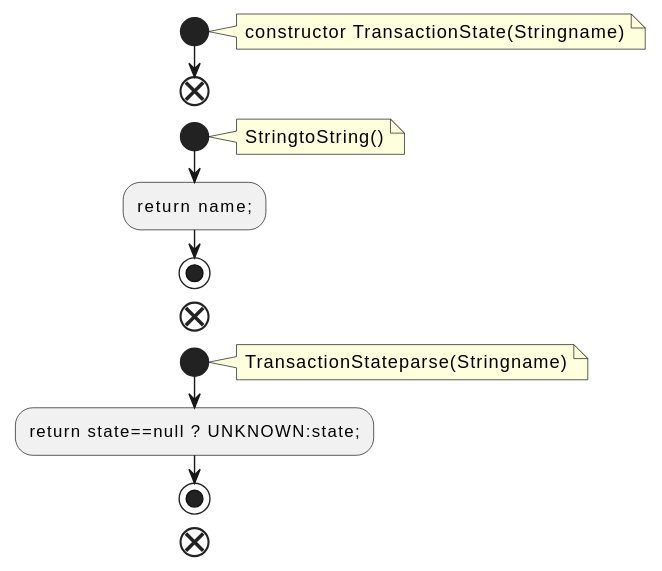
qualitesys/kafka keeps this PlantUML diagram as docs/qc/clients/src/main/java/org/apache/kafka/clients/admin/TransactionState.java.fct.svg. Above is the earlier version. Its diagram source:
```plantuml
@startuml
!pragma layout smetana
start
note right
constructor TransactionState(Stringname)
end note
end
start
note right
StringtoString()
end note
:return name;;
stop
end
start
note right
TransactionStateparse(Stringname)
end note
:return state==null ? UNKNOWN:state;;
stop
end
@enduml
```
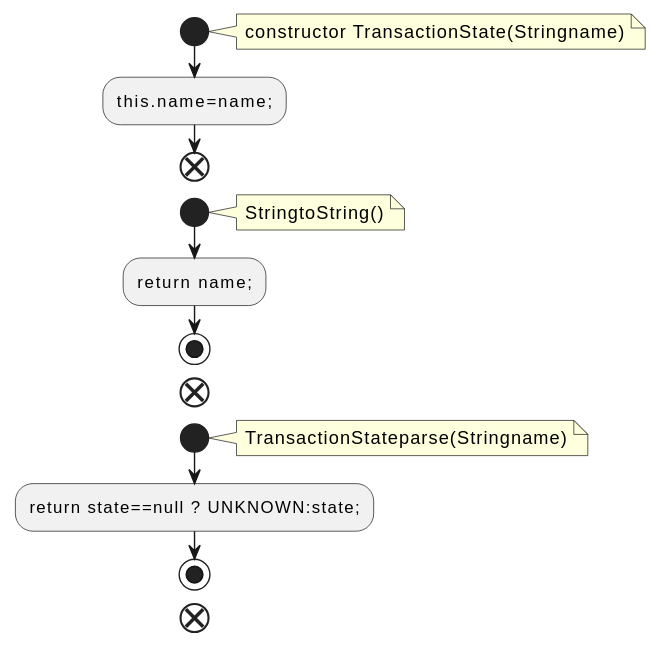
After the change.

What changed in the source:
```diff
@@ -4,6 +4,7 @@
 note right
 constructor TransactionState(Stringname)
 end note
+:this.name=name;;
 end
 start
 note right
```
